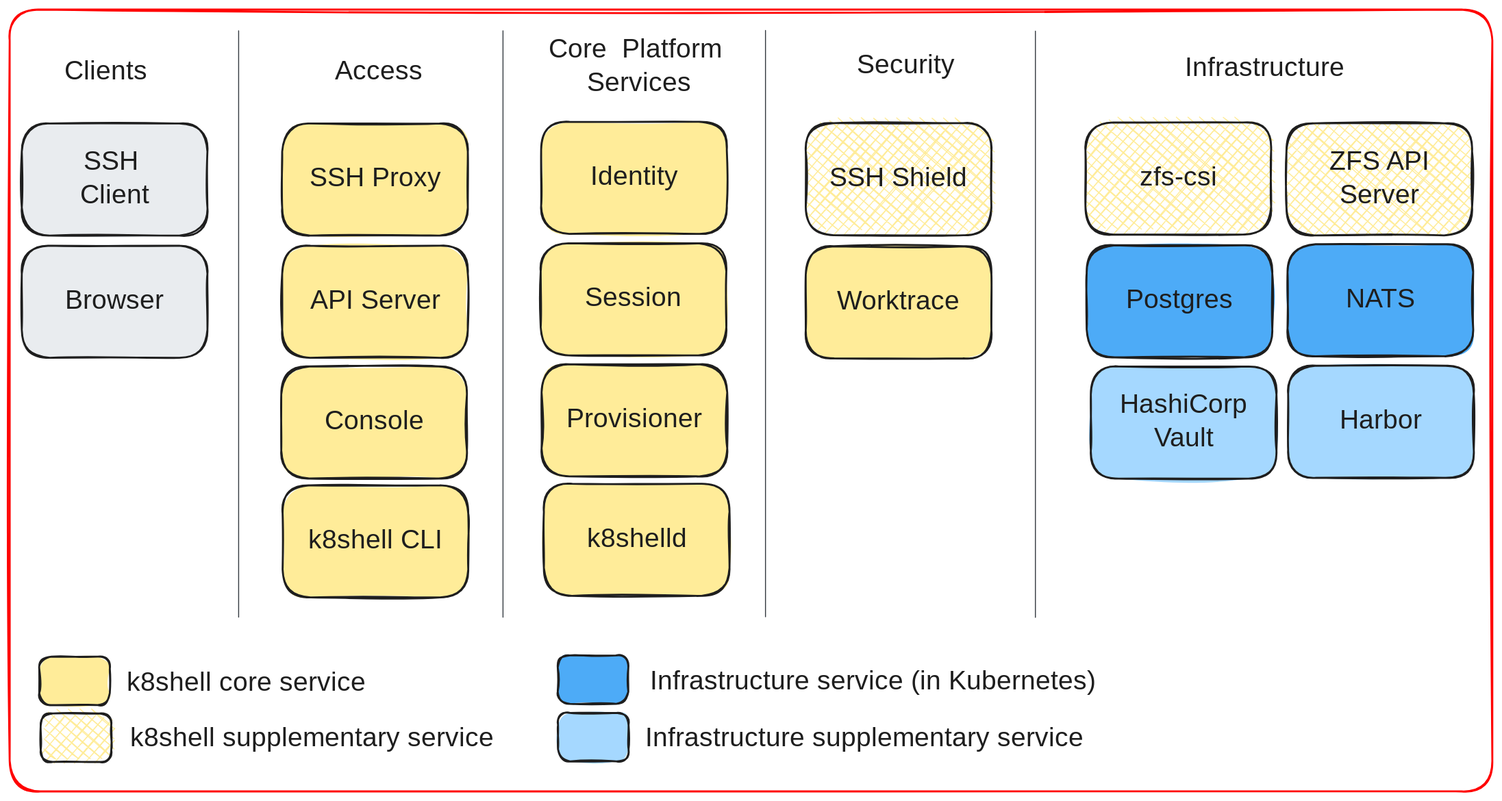
This is drawings/k8shell-architecture.excalidraw.svg from k8shell-io/docs, a Excalidraw export, as it was before one commit. Source tidied: one line per element, renumbered; positions are measured from the earlier drawing's top-left corner, leaving out a move shared by most shapes.
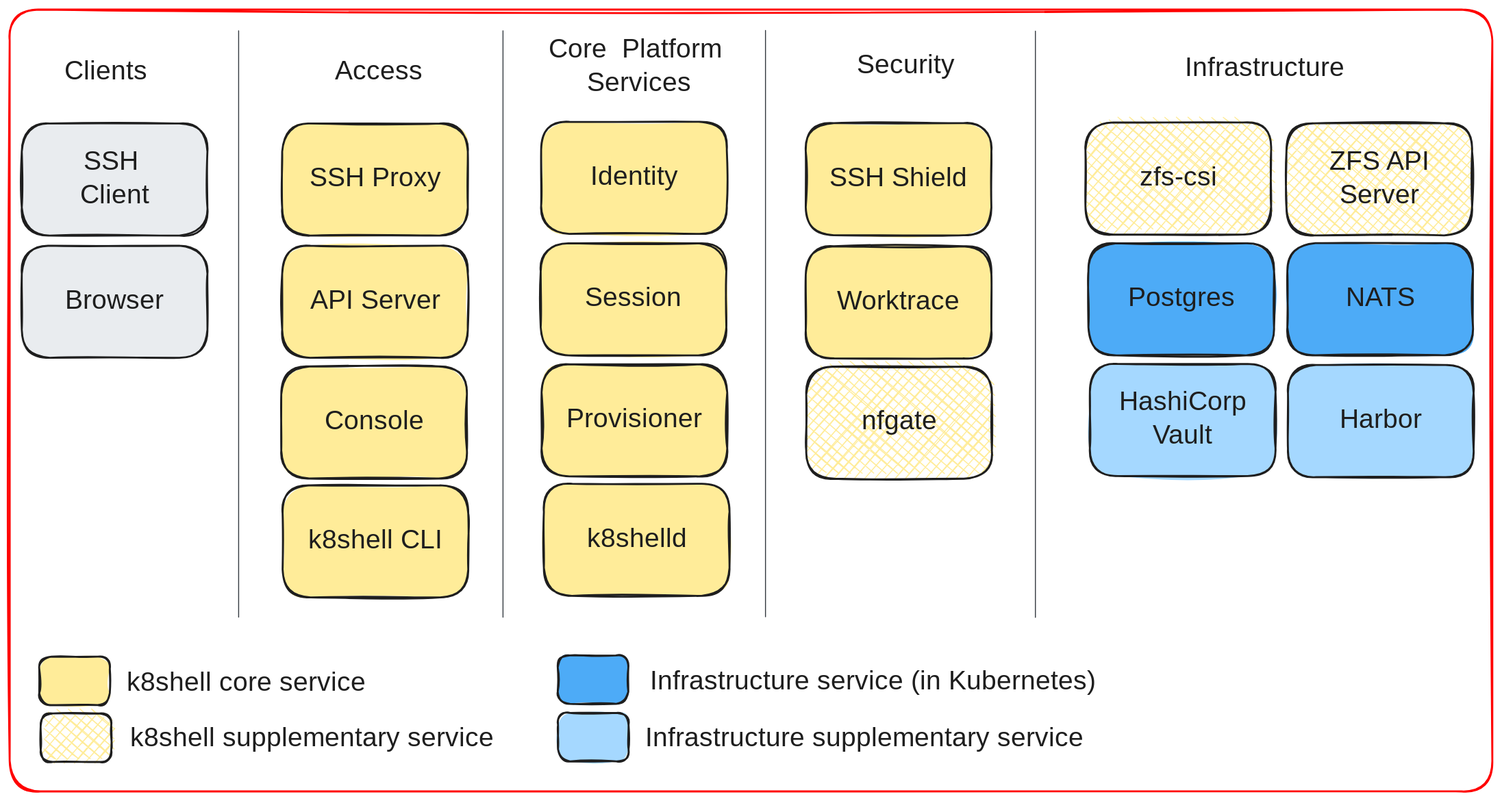
After the commit.

Commit message:
nfgate in overview

The edit, as a diff of the source:
```diff
@@ -9,7 +9,7 @@
 {"id": 8, "type": "rectangle", "strokeColor": "#1e1e1e", "backgroundColor": "#ffec99", "fillStyle": "solid", "strokeWidth": 2, "roughness": 1, "round": true, "x": 554, "y": 244, "width": 194, "height": 117}
 {"id": 9, "type": "text", "text": "Session", "strokeColor": "#1e1e1e", "strokeWidth": 2, "roughness": 1, "fontSize": 28, "fontFamily": 5, "textAlign": "center", "verticalAlign": "middle", "inside": 8, "x": 600, "y": 285, "width": 101, "height": 35}
 {"id": 10, "type": "rectangle", "strokeColor": "#1e1e1e", "backgroundColor": "#ffec99", "fillStyle": "cross-hatch", "strokeWidth": 2, "roughness": 1, "round": true, "x": 1122, "y": 118, "width": 194, "height": 117}
-{"id": 11, "type": "text", "text": "zfs-csi", "strokeColor": "#1e1e1e", "strokeWidth": 2, "roughness": 1, "fontSize": 28, "fontFamily": 5, "textAlign": "center", "verticalAlign": "middle", "inside": 10, "x": 1182, "y": 159, "width": 73, "height": 35}
+{"id": 11, "type": "text", "text": "zfs-csi", "strokeColor": "#1e1e1e", "strokeWidth": 2, "roughness": 1, "fontSize": 28, "fontFamily": 5, "textAlign": "center", "verticalAlign": "middle", "inside": 10, "x": 1172, "y": 159, "width": 93, "height": 35}
 {"id": 12, "type": "rectangle", "strokeColor": "#1e1e1e", "backgroundColor": "#ffec99", "fillStyle": "cross-hatch", "strokeWidth": 2, "roughness": 1, "round": true, "x": 1332, "y": 119, "width": 194, "height": 117}
 {"id": 13, "type": "text", "text": "ZFS API\nServer", "strokeColor": "#1e1e1e", "strokeWidth": 2, "roughness": 1, "fontSize": 28, "fontFamily": 5, "textAlign": "center", "verticalAlign": "middle", "inside": 12, "x": 1366, "y": 142, "width": 124, "height": 70}
 {"id": 14, "type": "rectangle", "strokeColor": "#1e1e1e", "backgroundColor": "#ffec99", "fillStyle": "solid", "strokeWidth": 2, "roughness": 1, "round": true, "x": 285, "y": 496, "width": 194, "height": 117}
@@ -20,11 +20,11 @@
 {"id": 19, "type": "text", "text": "SSH Proxy", "strokeColor": "#1e1e1e", "strokeWidth": 2, "roughness": 1, "fontSize": 28, "fontFamily": 5, "textAlign": "center", "verticalAlign": "middle", "inside": 18, "x": 311, "y": 160, "width": 141, "height": 35}
 {"id": 20, "type": "rectangle", "strokeColor": "#1e1e1e", "backgroundColor": "#e9ecef", "fillStyle": "solid", "strokeWidth": 2, "roughness": 1, "round": true, "x": 13, "y": 119, "width": 194, "height": 117}
 {"id": 21, "type": "text", "text": "SSH \nClient", "strokeColor": "#1e1e1e", "strokeWidth": 2, "roughness": 1, "fontSize": 28, "fontFamily": 5, "textAlign": "center", "verticalAlign": "middle", "inside": 20, "x": 71, "y": 142, "width": 76, "height": 70}
-{"id": 22, "type": "rectangle", "strokeColor": "#1e1e1e", "backgroundColor": "#4dabf7", "fillStyle": "solid", "strokeWidth": 2, "roughness": 1, "round": true, "x": 1333, "y": 245, "width": 194, "height": 117}
+{"id": 22, "type": "rectangle", "strokeColor": "#1e1e1e", "backgroundColor": "#4dabf7", "fillStyle": "solid", "strokeWidth": 2, "roughness": 1, "round": true, "x": 1332, "y": 244, "width": 194, "height": 117}
-{"id": 23, "type": "text", "text": "NATS", "strokeColor": "#1e1e1e", "strokeWidth": 2, "roughness": 1, "fontSize": 28, "fontFamily": 5, "textAlign": "center", "verticalAlign": "middle", "inside": 22, "x": 1394, "y": 286, "width": 70, "height": 35}
+{"id": 23, "type": "text", "text": "NATS", "strokeColor": "#1e1e1e", "strokeWidth": 2, "roughness": 1, "fontSize": 28, "fontFamily": 5, "textAlign": "center", "verticalAlign": "middle", "inside": 22, "x": 1394, "y": 285, "width": 70, "height": 35}
-{"id": 24, "type": "rectangle", "strokeColor": "#1e1e1e", "backgroundColor": "#4dabf7", "fillStyle": "solid", "strokeWidth": 2, "roughness": 1, "round": true, "x": 1123, "y": 246, "width": 194, "height": 117}
+{"id": 24, "type": "rectangle", "strokeColor": "#1e1e1e", "backgroundColor": "#4dabf7", "fillStyle": "solid", "strokeWidth": 2, "roughness": 1, "round": true, "x": 1125, "y": 244, "width": 194, "height": 117}
-{"id": 25, "type": "text", "text": "Postgres", "strokeColor": "#1e1e1e", "strokeWidth": 2, "roughness": 1, "fontSize": 28, "fontFamily": 5, "textAlign": "center", "verticalAlign": "middle", "inside": 24, "x": 1159, "y": 287, "width": 123, "height": 35}
+{"id": 25, "type": "text", "text": "Postgres", "strokeColor": "#1e1e1e", "strokeWidth": 2, "roughness": 1, "fontSize": 28, "fontFamily": 5, "textAlign": "center", "verticalAlign": "middle", "inside": 24, "x": 1160, "y": 285, "width": 123, "height": 35}
-{"id": 26, "type": "rectangle", "strokeColor": "#1e1e1e", "backgroundColor": "#ffec99", "fillStyle": "cross-hatch", "strokeWidth": 2, "roughness": 1, "round": true, "x": 830, "y": 118, "width": 194, "height": 117}
+{"id": 26, "type": "rectangle", "strokeColor": "#1e1e1e", "backgroundColor": "#ffec99", "fillStyle": "solid", "strokeWidth": 2, "roughness": 1, "round": true, "x": 830, "y": 118, "width": 194, "height": 117}
 {"id": 27, "type": "text", "text": "SSH Shield", "strokeColor": "#1e1e1e", "strokeWidth": 2, "roughness": 1, "fontSize": 28, "fontFamily": 5, "textAlign": "center", "verticalAlign": "middle", "inside": 26, "x": 862, "y": 159, "width": 130, "height": 35}
 {"id": 28, "type": "text", "text": "Clients", "strokeColor": "#1e1e1e", "backgroundColor": "#ffec99", "fillStyle": "solid", "strokeWidth": 2, "roughness": 1, "fontSize": 28, "fontFamily": 5, "x": 57, "y": 49, "width": 91, "height": 35}
 {"id": 29, "type": "text", "text": "Access", "strokeColor": "#1e1e1e", "backgroundColor": "#ffec99", "fillStyle": "solid", "strokeWidth": 2, "roughness": 1, "fontSize": 28, "fontFamily": 5, "textAlign": "center", "x": 338, "y": 49, "width": 93, "height": 35}
@@ -40,10 +40,10 @@
 {"id": 39, "type": "rectangle", "strokeColor": "#ff0000", "strokeWidth": 2, "roughness": 1, "round": true, "x": 0, "y": 0, "width": 1546, "height": 816}
 {"id": 40, "type": "rectangle", "strokeColor": "#1e1e1e", "backgroundColor": "#ffec99", "fillStyle": "solid", "strokeWidth": 2, "roughness": 1, "round": true, "x": 557, "y": 495, "width": 194, "height": 117}
 {"id": 41, "type": "text", "text": "k8shelld", "strokeColor": "#1e1e1e", "strokeWidth": 2, "roughness": 1, "fontSize": 28, "fontFamily": 5, "textAlign": "center", "verticalAlign": "middle", "inside": 40, "x": 600, "y": 536, "width": 108, "height": 35}
-{"id": 42, "type": "rectangle", "strokeColor": "#1e1e1e", "backgroundColor": "#a5d8ff", "fillStyle": "solid", "strokeWidth": 2, "roughness": 1, "round": true, "x": 1333, "y": 372, "width": 194, "height": 117}
+{"id": 42, "type": "rectangle", "strokeColor": "#1e1e1e", "backgroundColor": "#a5d8ff", "fillStyle": "solid", "strokeWidth": 2, "roughness": 1, "round": true, "x": 1333, "y": 371, "width": 194, "height": 117}
-{"id": 43, "type": "text", "text": "Harbor", "strokeColor": "#1e1e1e", "strokeWidth": 2, "roughness": 1, "fontSize": 28, "fontFamily": 5, "textAlign": "center", "verticalAlign": "middle", "inside": 42, "x": 1386, "y": 413, "width": 88, "height": 35}
+{"id": 43, "type": "text", "text": "Harbor", "strokeColor": "#1e1e1e", "strokeWidth": 2, "roughness": 1, "fontSize": 28, "fontFamily": 5, "textAlign": "center", "verticalAlign": "middle", "inside": 42, "x": 1386, "y": 412, "width": 88, "height": 35}
-{"id": 44, "type": "rectangle", "strokeColor": "#1e1e1e", "backgroundColor": "#a5d8ff", "fillStyle": "solid", "strokeWidth": 2, "roughness": 1, "round": true, "x": 1128, "y": 372, "width": 194, "height": 117}
+{"id": 44, "type": "rectangle", "strokeColor": "#1e1e1e", "backgroundColor": "#a5d8ff", "fillStyle": "solid", "strokeWidth": 2, "roughness": 1, "round": true, "x": 1127, "y": 370, "width": 194, "height": 117}
-{"id": 45, "type": "text", "text": "HashiCorp\nVault", "strokeColor": "#1e1e1e", "strokeWidth": 2, "roughness": 1, "fontSize": 28, "fontFamily": 5, "textAlign": "center", "verticalAlign": "middle", "inside": 44, "x": 1159, "y": 396, "width": 131, "height": 70}
+{"id": 45, "type": "text", "text": "HashiCorp\nVault", "strokeColor": "#1e1e1e", "strokeWidth": 2, "roughness": 1, "fontSize": 28, "fontFamily": 5, "textAlign": "center", "verticalAlign": "middle", "inside": 44, "x": 1158, "y": 393, "width": 131, "height": 70}
 {"id": 46, "type": "rectangle", "strokeColor": "#1e1e1e", "backgroundColor": "#ffec99", "fillStyle": "solid", "strokeWidth": 2, "roughness": 1, "round": true, "x": 31, "y": 675, "width": 74, "height": 51}
 {"id": 47, "type": "text", "text": "k8shell core service", "strokeColor": "#1e1e1e", "backgroundColor": "#ffec99", "fillStyle": "solid", "strokeWidth": 2, "roughness": 1, "fontSize": 28, "fontFamily": 5, "x": 122, "y": 686, "width": 263, "height": 35}
 {"id": 48, "type": "rectangle", "strokeColor": "#1e1e1e", "backgroundColor": "#ffec99", "fillStyle": "cross-hatch", "strokeWidth": 2, "roughness": 1, "round": true, "x": 32, "y": 734, "width": 74, "height": 51}
@@ -52,3 +52,5 @@
 {"id": 51, "type": "text", "text": "Infrastructure service (in Kubernetes)", "strokeColor": "#1e1e1e", "backgroundColor": "#ffec99", "fillStyle": "solid", "strokeWidth": 2, "roughness": 1, "fontSize": 28, "fontFamily": 5, "x": 668, "y": 685, "width": 519, "height": 35}
 {"id": 52, "type": "rectangle", "strokeColor": "#1e1e1e", "backgroundColor": "#a5d8ff", "fillStyle": "solid", "strokeWidth": 2, "roughness": 1, "round": true, "x": 572, "y": 734, "width": 74, "height": 51}
 {"id": 53, "type": "text", "text": "Infrastructure supplementary service ", "strokeColor": "#1e1e1e", "backgroundColor": "#ffec99", "fillStyle": "solid", "strokeWidth": 2, "roughness": 1, "fontSize": 28, "fontFamily": 5, "x": 663, "y": 744, "width": 513, "height": 35}
+{"id": 54, "type": "rectangle", "strokeColor": "#1e1e1e", "backgroundColor": "#ffec99", "fillStyle": "cross-hatch", "strokeWidth": 2, "roughness": 1, "round": true, "x": 831, "y": 373, "width": 194, "height": 117}
+{"id": 55, "type": "text", "text": "nfgate", "strokeColor": "#1e1e1e", "strokeWidth": 2, "roughness": 1, "fontSize": 28, "fontFamily": 5, "textAlign": "center", "verticalAlign": "middle", "inside": 54, "x": 882, "y": 413, "width": 91, "height": 35}
```
